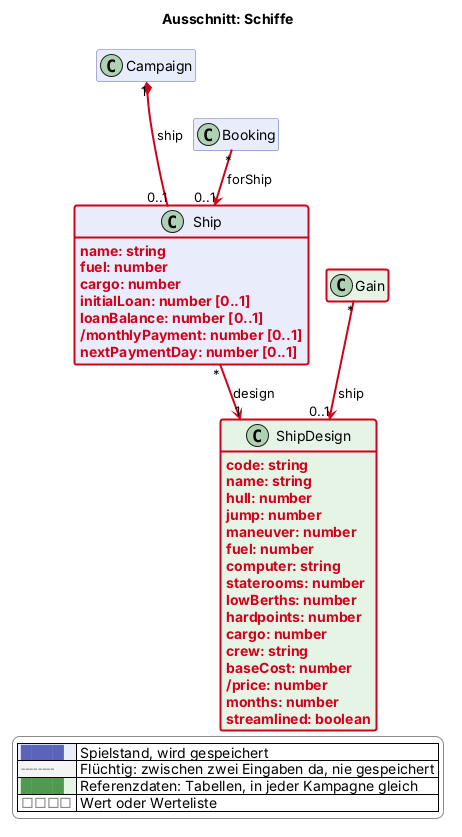
Before: docs/views/schiffe.png, a diagram exported from PlantUML (scuzzar/SRE).
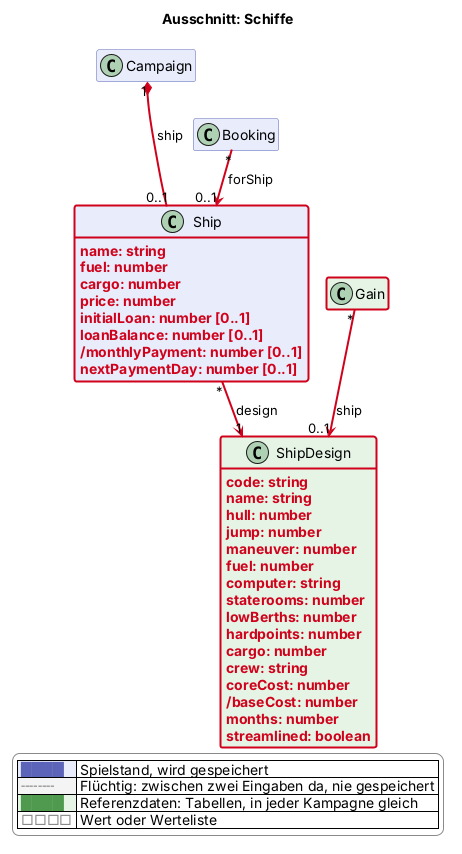
After the commit.

Commit message:
Schiffe (Entwurf): Grundpreis des Entwurfs und tatsächlicher Preis des Schiffs trennen

Diff of the diagram source:
```diff
@@ -73,6 +73,7 @@
     $new("2026-11-16", "name: string")
     $new("2026-11-16", "fuel: number")
     $new("2026-11-16", "cargo: number")
+    $new("2026-11-16", "price: number")
     $new("2026-11-16", "initialLoan: number [0..1]")
     $new("2026-11-16", "loanBalance: number [0..1]")
     $new("2026-11-16", "/monthlyPayment: number [0..1]")
@@ -91,8 +92,8 @@
     $new("2026-11-16", "hardpoints: number")
     $new("2026-11-16", "cargo: number")
     $new("2026-11-16", "crew: string")
-    $new("2026-11-16", "baseCost: number")
-    $new("2026-11-16", "/price: number")
+    $new("2026-11-16", "coreCost: number")
+    $new("2026-11-16", "/baseCost: number")
     $new("2026-11-16", "months: number")
     $new("2026-11-16", "streamlined: boolean")
   }
```
